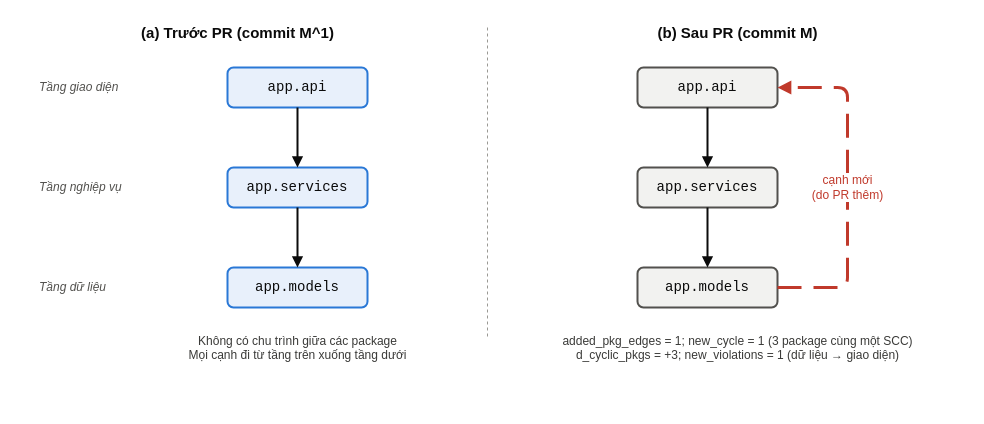
Above: results/figures/src/fig2_metric_example.drawio in Russell1817/XOI-MON-KIEN-TRUC-DO-AI-AGENT (draw.io), before the change. Source tidied: cells renumbered, new cells numbered last; positions are measured from the earlier drawing's top-left corner, leaving out a move shared by most shapes. Both pictures are drawn from the tidied source at 100%, with x=0, y=0 at pixel (37, 17).
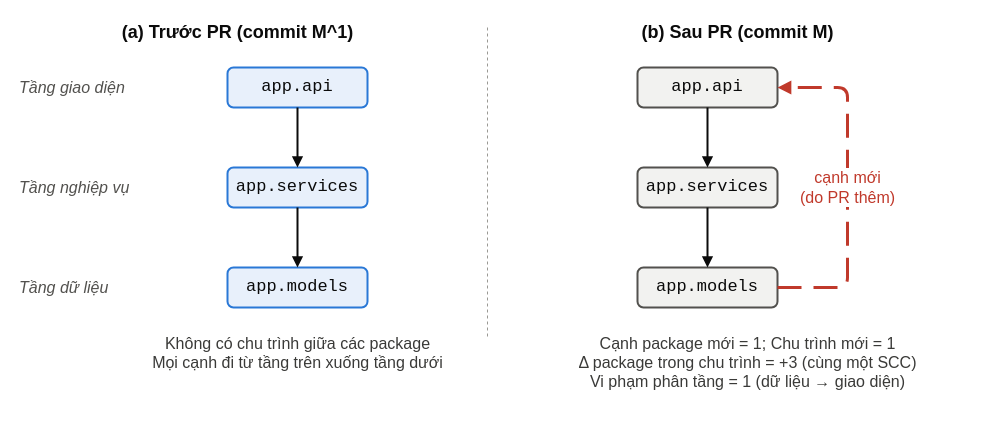
The same page after the edit.

The edit, as a diff of the source:
```diff
@@
-    <mxCell id="2" value="&lt;b&gt;(a) Trước PR (commit M^1)&lt;/b&gt;" style="text;html=1;align=center;verticalAlign=middle;fontFamily=Arial;fontSize=15;fontColor=#0B0B0B;" parent="1" vertex="1">
+    <mxCell id="2" value="&lt;b&gt;(a) Trước PR (commit M^1)&lt;/b&gt;" style="text;html=1;align=center;verticalAlign=middle;fontFamily=Arial;fontSize=18;fontColor=#0B0B0B;" parent="1" vertex="1">
       <mxGeometry width="400" height="30" as="geometry" />
     </mxCell>
-    <mxCell id="3" value="&lt;b&gt;(b) Sau PR (commit M)&lt;/b&gt;" style="text;html=1;align=center;verticalAlign=middle;fontFamily=Arial;fontSize=15;fontColor=#0B0B0B;" parent="1" vertex="1">
+    <mxCell id="3" value="&lt;b&gt;(b) Sau PR (commit M)&lt;/b&gt;" style="text;html=1;align=center;verticalAlign=middle;fontFamily=Arial;fontSize=18;fontColor=#0B0B0B;" parent="1" vertex="1">
       <mxGeometry x="500" width="400" height="30" as="geometry" />
     </mxCell>
@@
-    <mxCell id="5" value="Tầng giao diện" style="text;html=1;align=left;verticalAlign=middle;fontFamily=Arial;fontSize=12;fontStyle=2;fontColor=#52514E;" parent="1" vertex="1">
-      <mxGeometry y="50" width="110" height="40" as="geometry" />
+    <mxCell id="5" value="Tầng giao diện" style="text;html=1;align=left;verticalAlign=middle;fontFamily=Arial;fontSize=16;fontStyle=2;fontColor=#52514E;" parent="1" vertex="1">
+      <mxGeometry x="-20" y="50" width="150" height="40" as="geometry" />
     </mxCell>
-    <mxCell id="6" value="Tầng nghiệp vụ" style="text;html=1;align=left;verticalAlign=middle;fontFamily=Arial;fontSize=12;fontStyle=2;fontColor=#52514E;" parent="1" vertex="1">
-      <mxGeometry y="150" width="110" height="40" as="geometry" />
+    <mxCell id="6" value="Tầng nghiệp vụ" style="text;html=1;align=left;verticalAlign=middle;fontFamily=Arial;fontSize=16;fontStyle=2;fontColor=#52514E;" parent="1" vertex="1">
+      <mxGeometry x="-20" y="150" width="150" height="40" as="geometry" />
     </mxCell>
-    <mxCell id="7" value="Tầng dữ liệu" style="text;html=1;align=left;verticalAlign=middle;fontFamily=Arial;fontSize=12;fontStyle=2;fontColor=#52514E;" parent="1" vertex="1">
-      <mxGeometry y="250" width="110" height="40" as="geometry" />
+    <mxCell id="7" value="Tầng dữ liệu" style="text;html=1;align=left;verticalAlign=middle;fontFamily=Arial;fontSize=16;fontStyle=2;fontColor=#52514E;" parent="1" vertex="1">
+      <mxGeometry x="-20" y="250" width="150" height="40" as="geometry" />
     </mxCell>
-    <mxCell id="8" value="app.api" style="rounded=1;whiteSpace=wrap;html=1;fillColor=#E8F0FB;strokeColor=#2A78D6;strokeWidth=2;fontFamily=Courier New;fontSize=14;fontColor=#0B0B0B;" parent="1" vertex="1">
+    <mxCell id="8" value="app.api" style="rounded=1;whiteSpace=wrap;html=1;fillColor=#E8F0FB;strokeColor=#2A78D6;strokeWidth=2;fontFamily=Courier New;fontSize=17;fontColor=#0B0B0B;" parent="1" vertex="1">
       <mxGeometry x="190" y="50" width="140" height="40" as="geometry" />
     </mxCell>
-    <mxCell id="9" value="app.services" style="rounded=1;whiteSpace=wrap;html=1;fillColor=#E8F0FB;strokeColor=#2A78D6;strokeWidth=2;fontFamily=Courier New;fontSize=14;fontColor=#0B0B0B;" parent="1" vertex="1">
+    <mxCell id="9" value="app.services" style="rounded=1;whiteSpace=wrap;html=1;fillColor=#E8F0FB;strokeColor=#2A78D6;strokeWidth=2;fontFamily=Courier New;fontSize=17;fontColor=#0B0B0B;" parent="1" vertex="1">
       <mxGeometry x="190" y="150" width="140" height="40" as="geometry" />
     </mxCell>
-    <mxCell id="10" value="app.models" style="rounded=1;whiteSpace=wrap;html=1;fillColor=#E8F0FB;strokeColor=#2A78D6;strokeWidth=2;fontFamily=Courier New;fontSize=14;fontColor=#0B0B0B;" parent="1" vertex="1">
+    <mxCell id="10" value="app.models" style="rounded=1;whiteSpace=wrap;html=1;fillColor=#E8F0FB;strokeColor=#2A78D6;strokeWidth=2;fontFamily=Courier New;fontSize=17;fontColor=#0B0B0B;" parent="1" vertex="1">
       <mxGeometry x="190" y="250" width="140" height="40" as="geometry" />
     </mxCell>
@@
-    <mxCell id="13" value="app.api" style="rounded=1;whiteSpace=wrap;html=1;fillColor=#F2F2F0;strokeColor=#52514E;strokeWidth=2;fontFamily=Courier New;fontSize=14;fontColor=#0B0B0B;" parent="1" vertex="1">
+    <mxCell id="13" value="app.api" style="rounded=1;whiteSpace=wrap;html=1;fillColor=#F2F2F0;strokeColor=#52514E;strokeWidth=2;fontFamily=Courier New;fontSize=17;fontColor=#0B0B0B;" parent="1" vertex="1">
       <mxGeometry x="600" y="50" width="140" height="40" as="geometry" />
     </mxCell>
-    <mxCell id="14" value="app.services" style="rounded=1;whiteSpace=wrap;html=1;fillColor=#F2F2F0;strokeColor=#52514E;strokeWidth=2;fontFamily=Courier New;fontSize=14;fontColor=#0B0B0B;" parent="1" vertex="1">
+    <mxCell id="14" value="app.services" style="rounded=1;whiteSpace=wrap;html=1;fillColor=#F2F2F0;strokeColor=#52514E;strokeWidth=2;fontFamily=Courier New;fontSize=17;fontColor=#0B0B0B;" parent="1" vertex="1">
       <mxGeometry x="600" y="150" width="140" height="40" as="geometry" />
     </mxCell>
-    <mxCell id="15" value="app.models" style="rounded=1;whiteSpace=wrap;html=1;fillColor=#F2F2F0;strokeColor=#52514E;strokeWidth=2;fontFamily=Courier New;fontSize=14;fontColor=#0B0B0B;" parent="1" vertex="1">
+    <mxCell id="15" value="app.models" style="rounded=1;whiteSpace=wrap;html=1;fillColor=#F2F2F0;strokeColor=#52514E;strokeWidth=2;fontFamily=Courier New;fontSize=17;fontColor=#0B0B0B;" parent="1" vertex="1">
       <mxGeometry x="600" y="250" width="140" height="40" as="geometry" />
     </mxCell>
@@
-    <mxCell id="18" value="cạnh mới&lt;br&gt;(do PR thêm)" style="edgeStyle=orthogonalEdgeStyle;rounded=1;html=1;endArrow=block;endFill=1;strokeWidth=3;strokeColor=#C0392B;dashed=1;dashPattern=8 4;fontFamily=Arial;fontSize=12;fontColor=#C0392B;labelBackgroundColor=#FFFFFF;exitX=1;exitY=0.5;exitDx=0;exitDy=0;entryX=1;entryY=0.5;entryDx=0;entryDy=0;" parent="1" edge="1" source="15" target="13">
+    <mxCell id="18" value="cạnh mới&lt;br&gt;(do PR thêm)" style="edgeStyle=orthogonalEdgeStyle;rounded=1;html=1;endArrow=block;endFill=1;strokeWidth=3;strokeColor=#C0392B;dashed=1;dashPattern=8 4;fontFamily=Arial;fontSize=16;fontColor=#C0392B;labelBackgroundColor=#FFFFFF;exitX=1;exitY=0.5;exitDx=0;exitDy=0;entryX=1;entryY=0.5;entryDx=0;entryDy=0;" parent="1" edge="1" source="15" target="13">
       <mxGeometry relative="1" as="geometry">
         <Array as="points">
           <mxPoint x="810" y="270" />
           <mxPoint x="810" y="70" />
         </Array>
       </mxGeometry>
     </mxCell>
-    <mxCell id="19" value="Không có chu trình giữa các package&lt;br&gt;Mọi cạnh đi từ tầng trên xuống tầng dưới" style="text;html=1;align=center;verticalAlign=top;fontFamily=Arial;fontSize=12;fontColor=#3A3A38;" parent="1" vertex="1">
-      <mxGeometry x="90" y="310" width="340" height="44" as="geometry" />
+    <mxCell id="19" value="Không có chu trình giữa các package&lt;br&gt;Mọi cạnh đi từ tầng trên xuống tầng dưới" style="text;html=1;align=center;verticalAlign=top;fontFamily=Arial;fontSize=16;fontColor=#3A3A38;" parent="1" vertex="1">
+      <mxGeometry x="50" y="310" width="420" height="60" as="geometry" />
     </mxCell>
-    <mxCell id="20" value="added_pkg_edges = 1; new_cycle = 1 (3 package cùng một SCC)&lt;br&gt;d_cyclic_pkgs = +3; new_violations = 1 (dữ liệu → giao diện)" style="text;html=1;align=center;verticalAlign=top;fontFamily=Arial;fontSize=12;fontColor=#3A3A38;" parent="1" vertex="1">
-      <mxGeometry x="480" y="310" width="440" height="44" as="geometry" />
+    <mxCell id="20" value="Cạnh package mới = 1; Chu trình mới = 1&lt;br&gt;Δ package trong chu trình = +3 (cùng một SCC)&lt;br&gt;Vi phạm phân tầng = 1 (dữ liệu → giao diện)" style="text;html=1;align=center;verticalAlign=top;fontFamily=Arial;fontSize=16;fontColor=#3A3A38;" parent="1" vertex="1">
+      <mxGeometry x="490" y="310" width="440" height="80" as="geometry" />
     </mxCell>
```
